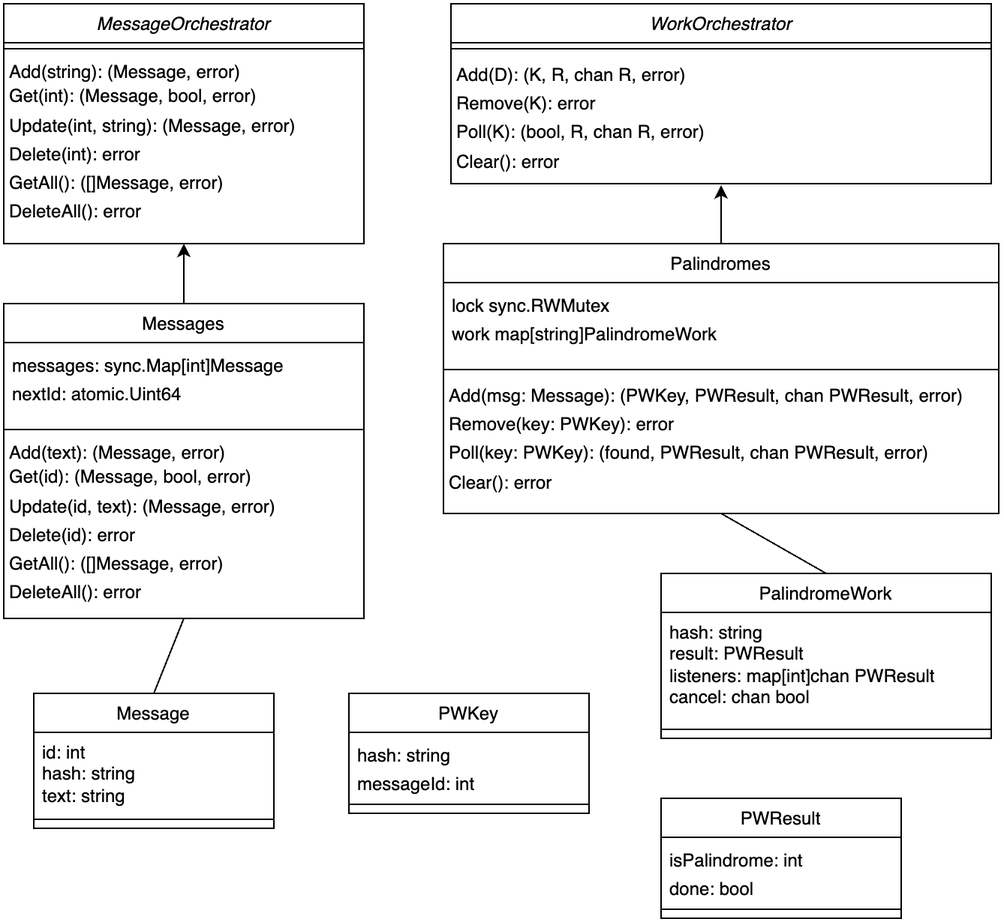
This is diagrams/MP_UML.drawio.png from cruncha-cruncha/palindrome, a draw.io export, as it was before one commit. Source tidied: cells renumbered, new cells last; positions are measured from the earlier drawing's top-left corner, leaving out a move shared by most shapes. Source of this version:
```xml
<mxGraphModel>
  <root>
    <mxCell id="0" />
    <mxCell id="1" parent="0" />
    <mxCell id="2" value="MessageOrchestrator" style="swimlane;fontStyle=2;align=center;verticalAlign=top;horizontal=1;startSize=26;rounded=0;shadow=0;strokeWidth=1;" parent="1" vertex="1">
      <mxGeometry width="240" height="160" as="geometry" />
    </mxCell>
    <mxCell id="3" style="line;html=1;strokeWidth=1;align=left;verticalAlign=middle;spacingTop=-1;spacingLeft=3;spacingRight=3;labelPosition=right;" parent="2" vertex="1">
      <mxGeometry y="26" width="240" height="8" as="geometry" />
    </mxCell>
    <mxCell id="4" value="Add(string): (Message, error)&lt;div style=&quot;line-height: 160%;&quot;&gt;Get(int): (Message, bool, error)&lt;/div&gt;&lt;div style=&quot;line-height: 160%;&quot;&gt;Update(int, string): (Message, error)&lt;/div&gt;&lt;div style=&quot;line-height: 160%;&quot;&gt;Delete(int): error&lt;/div&gt;&lt;div style=&quot;line-height: 160%;&quot;&gt;GetAll(): ([]Message, error)&lt;/div&gt;&lt;div style=&quot;line-height: 160%;&quot;&gt;DeleteAll(): error&lt;/div&gt;" style="text;align=left;verticalAlign=top;spacingLeft=4;spacingRight=4;overflow=hidden;spacingBottom=0;spacing=0;whiteSpace=wrap;html=1;" parent="2" vertex="1">
      <mxGeometry y="34" width="240" height="106" as="geometry" />
    </mxCell>
    <mxCell id="5" value="Messages" style="swimlane;fontStyle=0;align=center;verticalAlign=top;horizontal=1;startSize=26;rounded=0;shadow=0;strokeWidth=1;" parent="1" vertex="1">
      <mxGeometry y="200" width="240" height="210" as="geometry" />
    </mxCell>
    <mxCell id="6" value="&lt;div style=&quot;line-height: 160%;&quot;&gt;messages: sync.Map[int]Message&lt;br&gt;&#9;nextId: atomic.Uint64&lt;/div&gt;" style="text;align=left;verticalAlign=top;spacingLeft=4;spacingRight=4;overflow=hidden;html=1;" parent="5" vertex="1">
      <mxGeometry y="26" width="240" height="54" as="geometry" />
    </mxCell>
    <mxCell id="7" style="line;html=1;strokeWidth=1;align=left;verticalAlign=middle;spacingTop=-1;spacingLeft=3;spacingRight=3;labelPosition=right;" parent="5" vertex="1">
      <mxGeometry y="80" width="240" height="8" as="geometry" />
    </mxCell>
    <mxCell id="8" value="Add(text): (Message, error)&lt;div style=&quot;line-height: 160%;&quot;&gt;Get(id): (Message, bool, error)&lt;/div&gt;&lt;div style=&quot;line-height: 160%;&quot;&gt;Update(id, text): (Message, error)&lt;/div&gt;&lt;div style=&quot;line-height: 160%;&quot;&gt;Delete(id): error&lt;/div&gt;&lt;div style=&quot;line-height: 160%;&quot;&gt;GetAll(): ([]Message, error)&lt;/div&gt;&lt;div style=&quot;line-height: 160%;&quot;&gt;DeleteAll(): error&lt;/div&gt;" style="text;align=left;verticalAlign=top;spacingLeft=4;spacingRight=4;overflow=hidden;spacingBottom=0;spacing=0;whiteSpace=wrap;html=1;" parent="5" vertex="1">
      <mxGeometry y="88" width="240" height="120" as="geometry" />
    </mxCell>
    <mxCell id="9" style="endArrow=classic;html=1;rounded=0;exitX=0.5;exitY=0;exitDx=0;exitDy=0;entryX=0.5;entryY=1;entryDx=0;entryDy=0;" parent="1" edge="1" source="5" target="2">
      <mxGeometry relative="1" as="geometry" />
    </mxCell>
    <mxCell id="10" value="Message" style="swimlane;fontStyle=0;align=center;verticalAlign=top;horizontal=1;startSize=26;rounded=0;shadow=0;strokeWidth=1;" parent="1" vertex="1">
      <mxGeometry x="20" y="460" width="160" height="90" as="geometry" />
    </mxCell>
    <mxCell id="11" value="&#9;id: int&lt;br&gt;&#9;hash: string&lt;br&gt;&#9;text: string" style="text;align=left;verticalAlign=top;spacingLeft=4;spacingRight=4;overflow=hidden;html=1;" parent="10" vertex="1">
      <mxGeometry y="26" width="160" height="54" as="geometry" />
    </mxCell>
    <mxCell id="12" style="line;html=1;strokeWidth=1;align=left;verticalAlign=middle;spacingTop=-1;spacingLeft=3;spacingRight=3;labelPosition=right;" parent="10" vertex="1">
      <mxGeometry y="80" width="160" height="8" as="geometry" />
    </mxCell>
    <mxCell id="13" value="WorkOrchestrator" style="swimlane;fontStyle=2;align=center;verticalAlign=top;horizontal=1;startSize=26;rounded=0;shadow=0;strokeWidth=1;" parent="1" vertex="1">
      <mxGeometry x="298" width="360" height="120" as="geometry" />
    </mxCell>
    <mxCell id="14" style="line;html=1;strokeWidth=1;align=left;verticalAlign=middle;spacingTop=-1;spacingLeft=3;spacingRight=3;labelPosition=right;" parent="13" vertex="1">
      <mxGeometry y="26" width="360" height="8" as="geometry" />
    </mxCell>
    <mxCell id="15" value="&lt;div style=&quot;line-height: 160%;&quot;&gt;Add(D): (K, R, chan R, error)&lt;/div&gt;&lt;div style=&quot;line-height: 160%;&quot;&gt;&lt;div style=&quot;line-height: 160%;&quot;&gt;Remove(K): error&lt;/div&gt;&lt;div&gt;&lt;div&gt;&lt;span style=&quot;white-space: normal;&quot;&gt;Poll(K): (bool, R, chan R, error)&lt;/span&gt;&lt;/div&gt;&lt;/div&gt;&lt;div&gt;&lt;div&gt;&lt;span style=&quot;white-space: normal;&quot;&gt;Clear(): error&lt;/span&gt;&lt;/div&gt;&lt;/div&gt;&lt;div&gt;&lt;br&gt;&lt;/div&gt;&lt;/div&gt;" style="text;align=left;verticalAlign=top;spacingLeft=4;spacingRight=4;overflow=hidden;points=[[0,0.5],[1,0.5]];portConstraint=eastwest;spacingBottom=0;spacing=0;whiteSpace=wrap;html=1;" parent="13" vertex="1">
      <mxGeometry y="34" width="360" height="86" as="geometry" />
    </mxCell>
    <mxCell id="16" value="PWKey" style="swimlane;fontStyle=0;align=center;verticalAlign=top;horizontal=1;startSize=26;rounded=0;shadow=0;strokeWidth=1;" parent="1" vertex="1">
      <mxGeometry x="230" y="460" width="160" height="80" as="geometry" />
    </mxCell>
    <mxCell id="17" value="&lt;div style=&quot;line-height: 160%;&quot;&gt;&lt;span style=&quot;white-space-collapse: collapse;&quot;&gt;hash: string&lt;/span&gt;&lt;/div&gt;&lt;div style=&quot;line-height: 160%;&quot;&gt;&lt;span style=&quot;background-color: transparent; color: light-dark(rgb(0, 0, 0), rgb(255, 255, 255));&quot;&gt;messageId: int&lt;/span&gt;&lt;/div&gt;" style="text;align=left;verticalAlign=top;spacingLeft=4;spacingRight=4;overflow=hidden;html=1;" parent="16" vertex="1">
      <mxGeometry y="26" width="160" height="44" as="geometry" />
    </mxCell>
    <mxCell id="18" style="line;html=1;strokeWidth=1;align=left;verticalAlign=middle;spacingTop=-1;spacingLeft=3;spacingRight=3;labelPosition=right;" parent="16" vertex="1">
      <mxGeometry y="70" width="160" height="8" as="geometry" />
    </mxCell>
    <mxCell id="19" style="endArrow=none;html=1;rounded=0;exitX=0.5;exitY=1;exitDx=0;exitDy=0;entryX=0.5;entryY=0;entryDx=0;entryDy=0;" parent="1" edge="1" source="5" target="10">
      <mxGeometry relative="1" as="geometry" />
    </mxCell>
    <mxCell id="20" value="Palindromes" style="swimlane;fontStyle=0;align=center;verticalAlign=top;horizontal=1;startSize=26;rounded=0;shadow=0;strokeWidth=1;" parent="1" vertex="1">
      <mxGeometry x="293" y="160" width="370" height="180" as="geometry" />
    </mxCell>
    <mxCell id="21" value="&lt;div style=&quot;line-height: 160%;&quot;&gt;&lt;div style=&quot;line-height: 160%;&quot;&gt;lock sync.RWMutex&lt;/div&gt;&lt;div style=&quot;line-height: 160%;&quot;&gt;work map[string]PalindromeWork&lt;/div&gt;&lt;/div&gt;" style="text;align=left;verticalAlign=top;spacingLeft=4;spacingRight=4;overflow=hidden;html=1;" parent="20" vertex="1">
      <mxGeometry y="26" width="370" height="54" as="geometry" />
    </mxCell>
    <mxCell id="22" style="line;html=1;strokeWidth=1;align=left;verticalAlign=middle;spacingTop=-1;spacingLeft=3;spacingRight=3;labelPosition=right;" parent="20" vertex="1">
      <mxGeometry y="80" width="370" height="8" as="geometry" />
    </mxCell>
    <mxCell id="23" value="&lt;div style=&quot;line-height: 160%;&quot;&gt;Add(msg: Message): (PWKey, PWResult, chan PWResult, error)&lt;/div&gt;&lt;div style=&quot;line-height: 160%;&quot;&gt;&lt;div style=&quot;line-height: 160%;&quot;&gt;Remove(key: PWKey&lt;span style=&quot;background-color: transparent; color: light-dark(rgb(0, 0, 0), rgb(255, 255, 255));&quot;&gt;): error&lt;/span&gt;&lt;/div&gt;&lt;div&gt;&lt;div&gt;&lt;span style=&quot;white-space: normal;&quot;&gt;Poll(key:&amp;nbsp;&lt;/span&gt;PWKey&lt;span style=&quot;white-space: normal;&quot;&gt;): (found,&amp;nbsp;&lt;/span&gt;PWResult&lt;span style=&quot;background-color: transparent; color: light-dark(rgb(0, 0, 0), rgb(255, 255, 255));&quot;&gt;, chan&amp;nbsp;&lt;/span&gt;PWResult&lt;span style=&quot;background-color: transparent; color: light-dark(rgb(0, 0, 0), rgb(255, 255, 255));&quot;&gt;, error)&lt;/span&gt;&lt;/div&gt;&lt;/div&gt;&lt;div&gt;&lt;div&gt;&lt;span style=&quot;white-space: normal;&quot;&gt;Clear(): error&lt;/span&gt;&lt;/div&gt;&lt;/div&gt;&lt;div&gt;&lt;br&gt;&lt;/div&gt;&lt;/div&gt;" style="text;align=left;verticalAlign=top;spacingLeft=4;spacingRight=4;overflow=hidden;spacingBottom=0;spacing=0;whiteSpace=wrap;html=1;" parent="20" vertex="1">
      <mxGeometry y="88" width="370" height="82" as="geometry" />
    </mxCell>
    <mxCell id="24" value="PalindromeWork" style="swimlane;fontStyle=0;align=center;verticalAlign=top;horizontal=1;startSize=26;rounded=0;shadow=0;strokeWidth=1;" parent="1" vertex="1">
      <mxGeometry x="438" y="380" width="220" height="110" as="geometry" />
    </mxCell>
    <mxCell id="25" value="&lt;div&gt;&lt;span style=&quot;white-space-collapse: collapse;&quot;&gt;hash: string&lt;/span&gt;&lt;/div&gt;&lt;div&gt;&lt;span style=&quot;white-space-collapse: collapse;&quot;&gt;result:&lt;/span&gt;&lt;span style=&quot;text-wrap: wrap; background-color: transparent; color: light-dark(rgb(0, 0, 0), rgb(255, 255, 255));&quot;&gt;&amp;nbsp;PWResult&lt;/span&gt;&lt;/div&gt;&lt;div&gt;&lt;span style=&quot;background-color: transparent; color: light-dark(rgb(0, 0, 0), rgb(255, 255, 255));&quot;&gt;listeners: map[int]chan&amp;nbsp;&lt;/span&gt;&lt;span style=&quot;text-wrap: wrap; background-color: transparent; color: light-dark(rgb(0, 0, 0), rgb(255, 255, 255));&quot;&gt;PWResult&lt;/span&gt;&lt;br&gt;&lt;/div&gt;&lt;div&gt;&lt;span style=&quot;background-color: transparent; color: light-dark(rgb(0, 0, 0), rgb(255, 255, 255));&quot;&gt;cancel: chan bool&lt;/span&gt;&lt;br&gt;&lt;/div&gt;" style="text;align=left;verticalAlign=top;spacingLeft=4;spacingRight=4;overflow=hidden;html=1;" parent="24" vertex="1">
      <mxGeometry y="26" width="220" height="74" as="geometry" />
    </mxCell>
    <mxCell id="26" style="line;html=1;strokeWidth=1;align=left;verticalAlign=middle;spacingTop=-1;spacingLeft=3;spacingRight=3;labelPosition=right;" parent="24" vertex="1">
      <mxGeometry y="100" width="220" height="8" as="geometry" />
    </mxCell>
    <mxCell id="27" style="endArrow=classic;html=1;rounded=0;exitX=0.5;exitY=0;exitDx=0;exitDy=0;entryX=0.5;entryY=1.012;entryDx=0;entryDy=0;entryPerimeter=0;" parent="1" edge="1" source="20" target="15">
      <mxGeometry relative="1" as="geometry" />
    </mxCell>
    <mxCell id="28" style="endArrow=none;html=1;rounded=0;entryX=0.5;entryY=1;entryDx=0;entryDy=0;exitX=0.5;exitY=0;exitDx=0;exitDy=0;" parent="1" edge="1" source="24" target="20">
      <mxGeometry relative="1" as="geometry" />
    </mxCell>
    <mxCell id="29" value="PWResult" style="swimlane;fontStyle=0;align=center;verticalAlign=top;horizontal=1;startSize=26;rounded=0;shadow=0;strokeWidth=1;" parent="1" vertex="1">
      <mxGeometry x="438" y="530" width="160" height="80" as="geometry" />
    </mxCell>
    <mxCell id="30" value="&lt;div style=&quot;line-height: 160%;&quot;&gt;&lt;span style=&quot;white-space-collapse: collapse;&quot;&gt;isPalindrome: int&lt;/span&gt;&lt;/div&gt;&lt;div style=&quot;line-height: 160%;&quot;&gt;&lt;span style=&quot;background-color: transparent; color: light-dark(rgb(0, 0, 0), rgb(255, 255, 255));&quot;&gt;done: bool&lt;/span&gt;&lt;/div&gt;" style="text;align=left;verticalAlign=top;spacingLeft=4;spacingRight=4;overflow=hidden;html=1;" parent="29" vertex="1">
      <mxGeometry y="26" width="160" height="44" as="geometry" />
    </mxCell>
    <mxCell id="31" style="line;html=1;strokeWidth=1;align=left;verticalAlign=middle;spacingTop=-1;spacingLeft=3;spacingRight=3;labelPosition=right;" parent="29" vertex="1">
      <mxGeometry y="70" width="160" height="8" as="geometry" />
    </mxCell>
  </root>
</mxGraphModel>
```
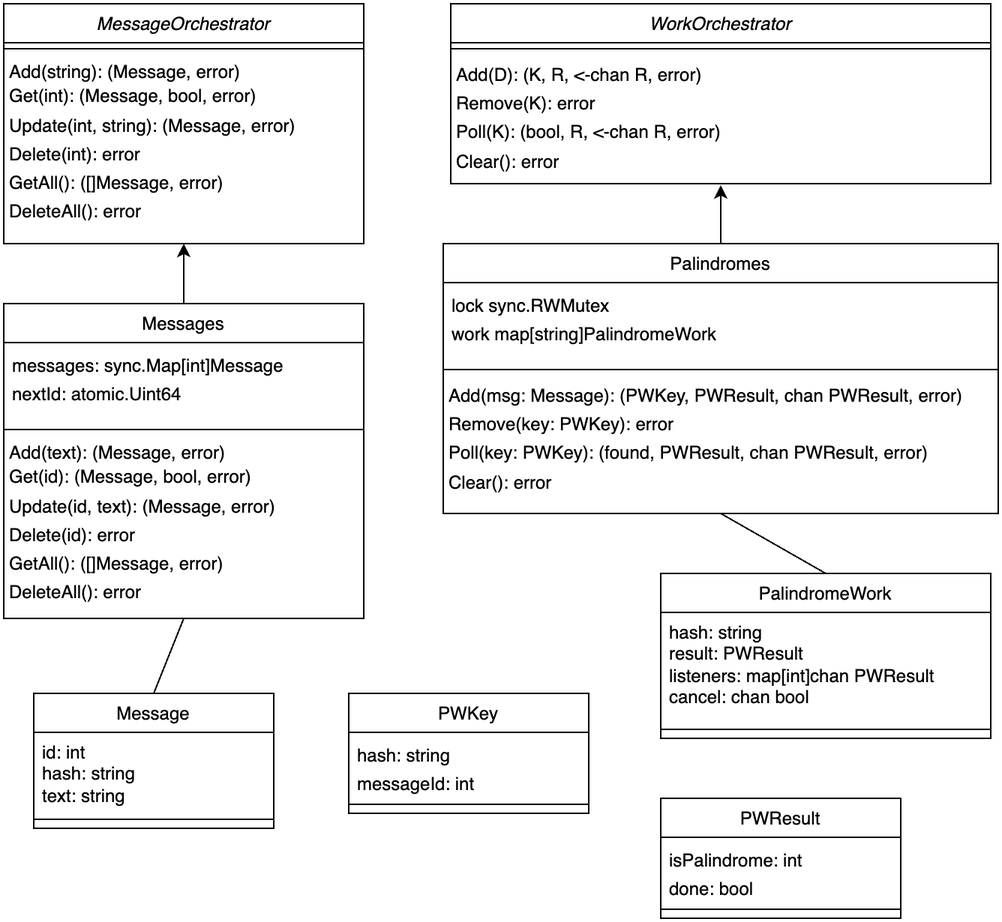
Later version of the same file.

Change to the diagram source:
```diff
@@ -41,7 +41,7 @@
     <mxCell id="14" style="line;html=1;strokeWidth=1;align=left;verticalAlign=middle;spacingTop=-1;spacingLeft=3;spacingRight=3;labelPosition=right;" parent="13" vertex="1">
       <mxGeometry y="26" width="360" height="8" as="geometry" />
     </mxCell>
-    <mxCell id="15" value="&lt;div style=&quot;line-height: 160%;&quot;&gt;Add(D): (K, R, chan R, error)&lt;/div&gt;&lt;div style=&quot;line-height: 160%;&quot;&gt;&lt;div style=&quot;line-height: 160%;&quot;&gt;Remove(K): error&lt;/div&gt;&lt;div&gt;&lt;div&gt;&lt;span style=&quot;white-space: normal;&quot;&gt;Poll(K): (bool, R, chan R, error)&lt;/span&gt;&lt;/div&gt;&lt;/div&gt;&lt;div&gt;&lt;div&gt;&lt;span style=&quot;white-space: normal;&quot;&gt;Clear(): error&lt;/span&gt;&lt;/div&gt;&lt;/div&gt;&lt;div&gt;&lt;br&gt;&lt;/div&gt;&lt;/div&gt;" style="text;align=left;verticalAlign=top;spacingLeft=4;spacingRight=4;overflow=hidden;points=[[0,0.5],[1,0.5]];portConstraint=eastwest;spacingBottom=0;spacing=0;whiteSpace=wrap;html=1;" parent="13" vertex="1">
+    <mxCell id="15" value="&lt;div style=&quot;line-height: 160%;&quot;&gt;Add(D): (K, R, &amp;lt;-chan R, error)&lt;/div&gt;&lt;div style=&quot;line-height: 160%;&quot;&gt;&lt;div style=&quot;line-height: 160%;&quot;&gt;Remove(K): error&lt;/div&gt;&lt;div&gt;&lt;div&gt;&lt;span style=&quot;white-space: normal;&quot;&gt;Poll(K): (bool, R, &amp;lt;-chan R, error)&lt;/span&gt;&lt;/div&gt;&lt;/div&gt;&lt;div&gt;&lt;div&gt;&lt;span style=&quot;white-space: normal;&quot;&gt;Clear(): error&lt;/span&gt;&lt;/div&gt;&lt;/div&gt;&lt;div&gt;&lt;br&gt;&lt;/div&gt;&lt;/div&gt;" style="text;align=left;verticalAlign=top;spacingLeft=4;spacingRight=4;overflow=hidden;points=[[0,0.5],[1,0.5]];portConstraint=eastwest;spacingBottom=0;spacing=0;whiteSpace=wrap;html=1;" parent="13" vertex="1">
       <mxGeometry y="34" width="360" height="86" as="geometry" />
     </mxCell>
     <mxCell id="16" value="PWKey" style="swimlane;fontStyle=0;align=center;verticalAlign=top;horizontal=1;startSize=26;rounded=0;shadow=0;strokeWidth=1;" parent="1" vertex="1">
```
